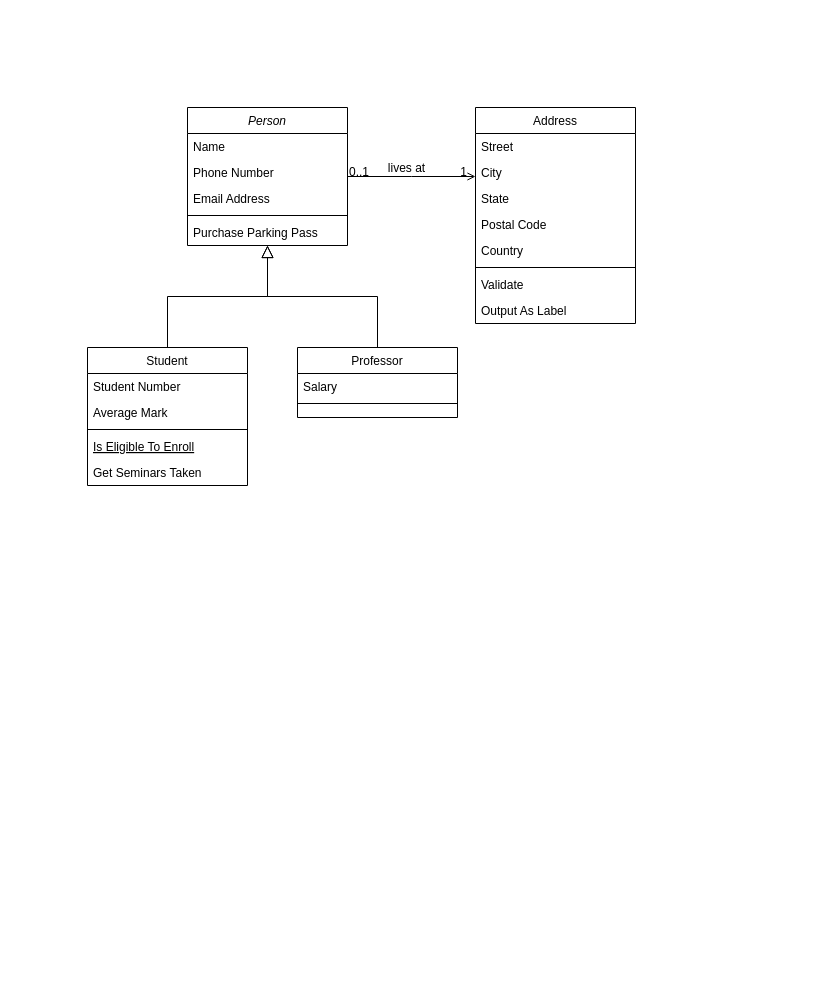
The draw.io diagram UML Class Diagram.drawio in ncjohn169/Diagrams, before the edit. Source tidied: cells renumbered, new cells numbered last; positions are measured from the earlier drawing's top-left corner, leaving out a move shared by most shapes. Both pictures are drawn from the tidied source at 100%, with x=0, y=0 at pixel (87, 107).
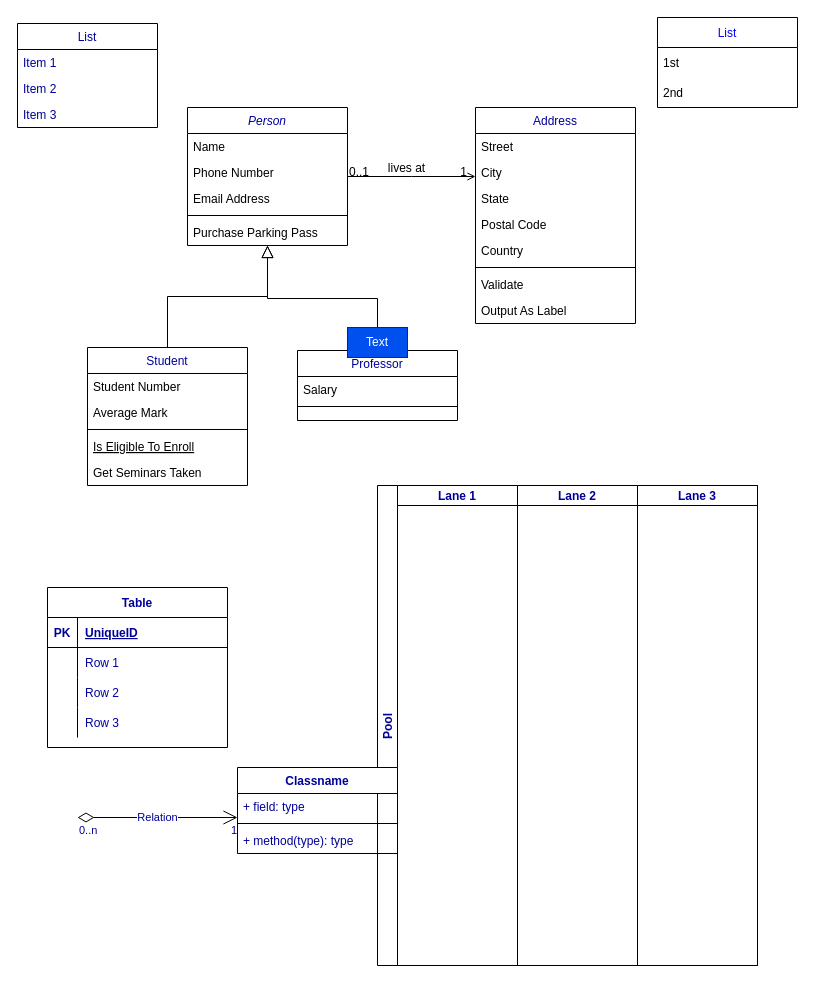
The same diagram, later.

Change to the diagram source:
```diff
@@
-    <mxCell id="2" value="Person" style="swimlane;fontStyle=2;align=center;verticalAlign=top;horizontal=1;startSize=26;rounded=0;shadow=0;strokeWidth=1;" parent="1" vertex="1">
+    <mxCell id="2" value="Person" style="swimlane;fontStyle=2;align=center;verticalAlign=top;horizontal=1;startSize=26;rounded=0;shadow=0;strokeWidth=1;fontColor=#000099;" parent="1" vertex="1">
       <mxGeometry x="100" width="160" height="138" as="geometry" />
     </mxCell>
@@
-    <mxCell id="8" value="Student" style="swimlane;fontStyle=0;align=center;verticalAlign=top;horizontal=1;startSize=26;rounded=0;shadow=0;strokeWidth=1;" parent="1" vertex="1">
+    <mxCell id="8" value="Student" style="swimlane;fontStyle=0;align=center;verticalAlign=top;horizontal=1;startSize=26;rounded=0;shadow=0;strokeWidth=1;fontColor=#000099;" parent="1" vertex="1">
       <mxGeometry y="240" width="160" height="138" as="geometry" />
     </mxCell>
@@
-    <mxCell id="15" value="Professor" style="swimlane;fontStyle=0;align=center;verticalAlign=top;horizontal=1;startSize=26;rounded=0;shadow=0;strokeWidth=1;" parent="1" vertex="1">
-      <mxGeometry x="210" y="240" width="160" height="70" as="geometry" />
+    <mxCell id="15" value="Professor" style="swimlane;fontStyle=0;align=center;verticalAlign=top;horizontal=1;startSize=26;rounded=0;shadow=0;strokeWidth=1;fontColor=#000099;" parent="1" vertex="1">
+      <mxGeometry x="210" y="243" width="160" height="70" as="geometry" />
     </mxCell>
@@
-    <mxCell id="19" value="Address" style="swimlane;fontStyle=0;align=center;verticalAlign=top;horizontal=1;startSize=26;rounded=0;shadow=0;strokeWidth=1;" parent="1" vertex="1">
+    <mxCell id="19" value="Address" style="swimlane;fontStyle=0;align=center;verticalAlign=top;horizontal=1;startSize=26;rounded=0;shadow=0;strokeWidth=1;fontColor=#000099;" parent="1" vertex="1">
       <mxGeometry x="388" width="160" height="216" as="geometry" />
     </mxCell>
@@
+    <mxCell id="32" value="Text" style="text;strokeColor=#001DBC;fillColor=#0050ef;html=1;align=center;verticalAlign=middle;whiteSpace=wrap;rounded=0;hachureGap=4;fontColor=#ffffff;" parent="1" vertex="1">
+      <mxGeometry x="260" y="220" width="60" height="30" as="geometry" />
+    </mxCell>
+    <mxCell id="33" value="List" style="swimlane;fontStyle=0;horizontal=1;startSize=30;fontColor=#0000FF;" parent="1" vertex="1">
+      <mxGeometry x="570" y="-90" width="140" height="90" as="geometry" />
+    </mxCell>
+    <mxCell id="34" value="1st" style="text;strokeColor=none;fillColor=none;align=left;verticalAlign=middle;spacingLeft=4;spacingRight=4;overflow=hidden;" parent="33" vertex="1">
+      <mxGeometry y="30" width="140" height="30" as="geometry" />
+    </mxCell>
+    <mxCell id="35" value="2nd" style="text;strokeColor=none;fillColor=none;align=left;verticalAlign=middle;spacingLeft=4;spacingRight=4;overflow=hidden;" parent="33" vertex="1">
+      <mxGeometry y="60" width="140" height="30" as="geometry" />
+    </mxCell>
+    <mxCell id="36" value="List" style="swimlane;fontStyle=0;horizontal=1;startSize=26;fillColor=none;fontColor=#000099;" parent="1" vertex="1">
+      <mxGeometry x="-70" y="-84" width="140" height="104" as="geometry" />
+    </mxCell>
+    <mxCell id="37" value="Item 1" style="text;strokeColor=none;fillColor=none;align=left;verticalAlign=top;spacingLeft=4;spacingRight=4;overflow=hidden;fontColor=#000099;" parent="36" vertex="1">
+      <mxGeometry y="26" width="140" height="26" as="geometry" />
+    </mxCell>
+    <mxCell id="38" value="Item 2" style="text;strokeColor=none;fillColor=none;align=left;verticalAlign=top;spacingLeft=4;spacingRight=4;overflow=hidden;fontColor=#000099;" parent="36" vertex="1">
+      <mxGeometry y="52" width="140" height="26" as="geometry" />
+    </mxCell>
+    <mxCell id="39" value="Item 3" style="text;strokeColor=none;fillColor=none;align=left;verticalAlign=top;spacingLeft=4;spacingRight=4;overflow=hidden;fontColor=#000099;" parent="36" vertex="1">
+      <mxGeometry y="78" width="140" height="26" as="geometry" />
+    </mxCell>
+    <mxCell id="40" value="Pool" style="swimlane;startSize=20;horizontal=0;fontColor=#000099;" parent="1" vertex="1">
+      <mxGeometry x="290" y="378" width="380" height="480" as="geometry" />
+    </mxCell>
+    <mxCell id="41" value="Lane 1" style="swimlane;startSize=20;fontColor=#000099;" parent="40" vertex="1">
+      <mxGeometry x="20" width="120" height="480" as="geometry" />
+    </mxCell>
+    <mxCell id="42" value="Lane 2" style="swimlane;startSize=20;fontColor=#000099;" parent="40" vertex="1">
+      <mxGeometry x="140" width="120" height="480" as="geometry" />
+    </mxCell>
+    <mxCell id="43" value="Lane 3" style="swimlane;startSize=20;fontColor=#000099;" parent="40" vertex="1">
+      <mxGeometry x="260" width="120" height="480" as="geometry" />
+    </mxCell>
+    <mxCell id="44" value="Table" style="shape=table;startSize=30;childLayout=tableLayout;rowLines=0;fontStyle=1;align=center;fontColor=#000099;" parent="1" vertex="1">
+      <mxGeometry x="-40" y="480" width="180" height="160" as="geometry" />
+    </mxCell>
+    <mxCell id="45" style="shape=tableRow;horizontal=0;startSize=0;swimlaneHead=0;swimlaneBody=0;fillColor=none;top=0;left=0;right=0;bottom=1;fontColor=#000099;" parent="44" vertex="1">
+      <mxGeometry y="30" width="180" height="30" as="geometry" />
+    </mxCell>
+    <mxCell id="46" value="PK" style="shape=partialRectangle;fillColor=none;top=0;left=0;bottom=0;right=0;fontStyle=1;overflow=hidden;fontColor=#000099;" parent="45" vertex="1">
+      <mxGeometry width="30" height="30" as="geometry" />
+    </mxCell>
+    <mxCell id="47" value="UniqueID" style="shape=partialRectangle;fillColor=none;top=0;left=0;bottom=0;right=0;align=left;spacingLeft=6;fontStyle=5;overflow=hidden;fontColor=#000099;" parent="45" vertex="1">
+      <mxGeometry x="30" width="150" height="30" as="geometry" />
+    </mxCell>
+    <mxCell id="48" style="shape=tableRow;horizontal=0;startSize=0;swimlaneHead=0;swimlaneBody=0;fillColor=none;top=0;left=0;right=0;bottom=0;fontColor=#000099;" parent="44" vertex="1">
+      <mxGeometry y="60" width="180" height="30" as="geometry" />
+    </mxCell>
+    <mxCell id="49" style="shape=partialRectangle;fillColor=none;top=0;left=0;bottom=0;right=0;overflow=hidden;fontColor=#000099;" parent="48" vertex="1">
+      <mxGeometry width="30" height="30" as="geometry" />
+    </mxCell>
+    <mxCell id="50" value="Row 1" style="shape=partialRectangle;fillColor=none;top=0;left=0;bottom=0;right=0;align=left;spacingLeft=6;overflow=hidden;fontColor=#000099;" parent="48" vertex="1">
+      <mxGeometry x="30" width="150" height="30" as="geometry" />
+    </mxCell>
+    <mxCell id="51" style="shape=tableRow;horizontal=0;startSize=0;swimlaneHead=0;swimlaneBody=0;fillColor=none;top=0;left=0;right=0;bottom=0;fontColor=#000099;" parent="44" vertex="1">
+      <mxGeometry y="90" width="180" height="30" as="geometry" />
+    </mxCell>
+    <mxCell id="52" style="shape=partialRectangle;fillColor=none;top=0;left=0;bottom=0;right=0;overflow=hidden;fontColor=#000099;" parent="51" vertex="1">
+      <mxGeometry width="30" height="30" as="geometry" />
+    </mxCell>
+    <mxCell id="53" value="Row 2" style="shape=partialRectangle;fillColor=none;top=0;left=0;bottom=0;right=0;align=left;spacingLeft=6;overflow=hidden;fontColor=#000099;" parent="51" vertex="1">
+      <mxGeometry x="30" width="150" height="30" as="geometry" />
+    </mxCell>
+    <mxCell id="54" style="shape=tableRow;horizontal=0;startSize=0;swimlaneHead=0;swimlaneBody=0;fillColor=none;top=0;left=0;right=0;bottom=0;fontColor=#000099;" parent="44" vertex="1">
+      <mxGeometry y="120" width="180" height="30" as="geometry" />
+    </mxCell>
+    <mxCell id="55" style="shape=partialRectangle;fillColor=none;top=0;left=0;bottom=0;right=0;overflow=hidden;fontColor=#000099;" parent="54" vertex="1">
+      <mxGeometry width="30" height="30" as="geometry" />
+    </mxCell>
+    <mxCell id="56" value="Row 3" style="shape=partialRectangle;fillColor=none;top=0;left=0;bottom=0;right=0;align=left;spacingLeft=6;overflow=hidden;fontColor=#000099;" parent="54" vertex="1">
+      <mxGeometry x="30" width="150" height="30" as="geometry" />
+    </mxCell>
+    <mxCell id="57" value="Classname" style="swimlane;fontStyle=1;align=center;verticalAlign=top;horizontal=1;startSize=26;fontColor=#000099;" parent="1" vertex="1">
+      <mxGeometry x="150" y="660" width="160" height="86" as="geometry" />
+    </mxCell>
+    <mxCell id="58" value="+ field: type" style="text;strokeColor=none;fillColor=none;align=left;verticalAlign=top;spacingLeft=4;spacingRight=4;overflow=hidden;fontColor=#000099;" parent="57" vertex="1">
+      <mxGeometry y="26" width="160" height="26" as="geometry" />
+    </mxCell>
+    <mxCell id="59" style="line;strokeWidth=1;fillColor=none;align=left;verticalAlign=middle;spacingTop=-1;spacingLeft=3;spacingRight=3;labelPosition=right;fontColor=#000099;" parent="57" vertex="1">
+      <mxGeometry y="52" width="160" height="8" as="geometry" />
+    </mxCell>
+    <mxCell id="60" value="+ method(type): type" style="text;strokeColor=none;fillColor=none;align=left;verticalAlign=top;spacingLeft=4;spacingRight=4;overflow=hidden;fontColor=#000099;" parent="57" vertex="1">
+      <mxGeometry y="60" width="160" height="26" as="geometry" />
+    </mxCell>
+    <mxCell id="61" value="Relation" style="endArrow=open;html=1;endSize=12;startArrow=diamondThin;startSize=14;startFill=0;edgeStyle=orthogonalEdgeStyle;rounded=0;fontColor=#000099;" parent="1" edge="1">
+      <mxGeometry relative="1" as="geometry">
+        <mxPoint x="-10" y="710" as="sourcePoint" />
+        <mxPoint x="150" y="710" as="targetPoint" />
+      </mxGeometry>
+    </mxCell>
+    <mxCell id="62" value="0..n" style="edgeLabel;html=1;align=left;verticalAlign=top;fontColor=#000099;" parent="61" vertex="1">
+      <mxGeometry x="-1" relative="1" as="geometry" />
+    </mxCell>
+    <mxCell id="63" value="1" style="edgeLabel;html=1;align=right;verticalAlign=top;fontColor=#000099;" parent="61" vertex="1">
+      <mxGeometry x="1" relative="1" as="geometry" />
+    </mxCell>
```
